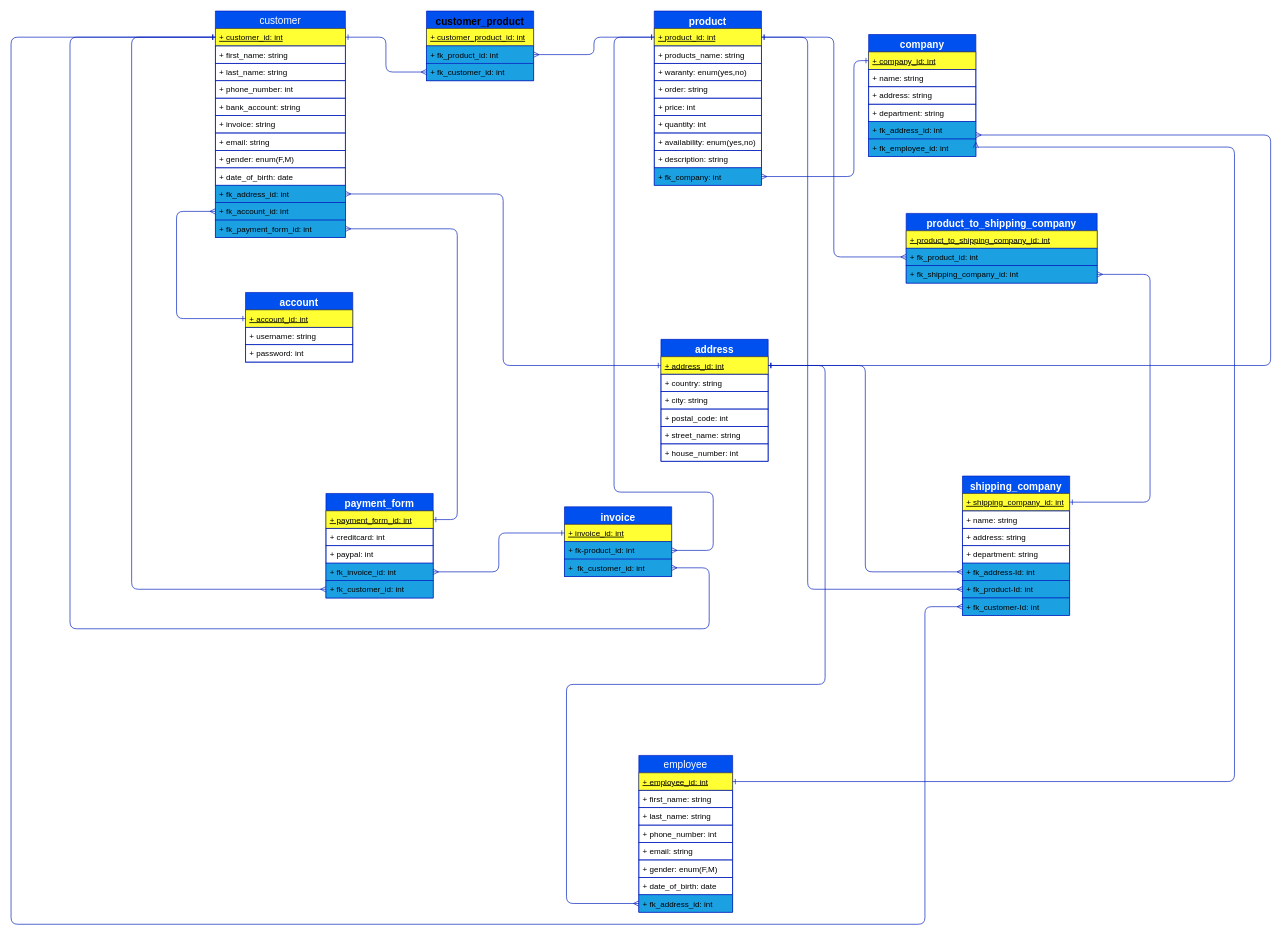
MonaFahham/BE16_CR9_MonaFahham keeps this draw.io diagram as page "Refine and Normalize" (4 of 4) of diagram.drawio. Above is the earlier version. Source tidied: cells renumbered, new cells numbered last; positions are measured from the earlier drawing's top-left corner, leaving out a move shared by most shapes. Both pictures are drawn from the tidied source at 67%, with x=0, y=0 at pixel (11, 11).
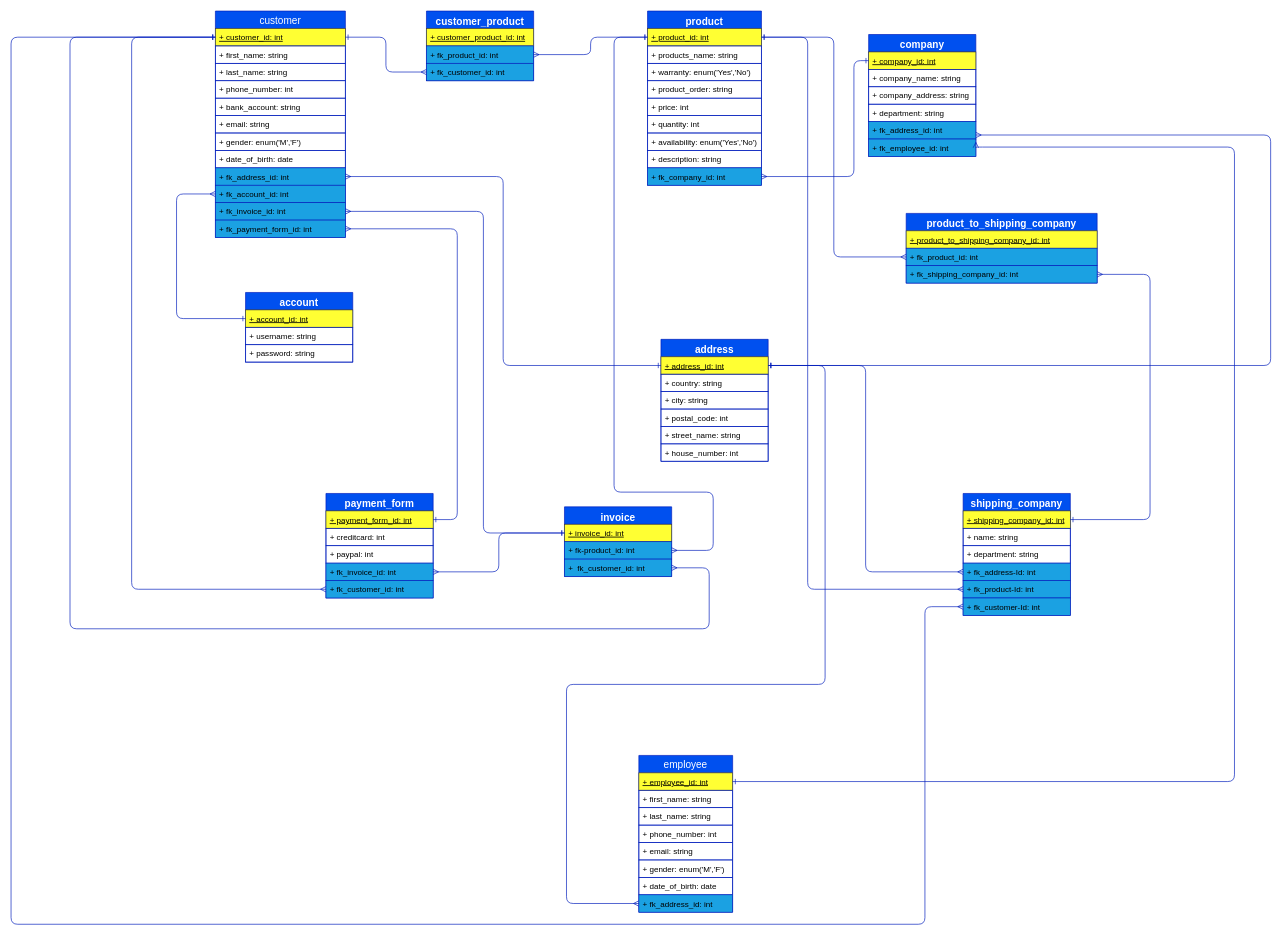
The same page after the edit.

The change refers to these unchanged cells:
```xml
<mxCell id="2" value="customer" style="swimlane;fontStyle=0;horizontal=1;startSize=26;fillColor=#0050ef;fontColor=#FFFFFF;strokeColor=#001DBC;fontSize=15;" parent="1" vertex="1">
  <mxGeometry x="305" width="194" height="338" as="geometry" />
</mxCell>
<mxCell id="14" value="+ fk_payment_form_id: int" style="text;strokeColor=#001DBC;fillColor=#1ba1e2;align=left;verticalAlign=top;spacingLeft=4;spacingRight=4;overflow=hidden;points=[[0,0.5],[1,0.5]];portConstraint=eastwest;fontColor=#000000;" parent="2" vertex="1">
  <mxGeometry y="312" width="194" height="26" as="geometry" />
</mxCell>
<mxCell id="25" value="company" style="swimlane;fontStyle=1;align=center;verticalAlign=top;horizontal=1;startSize=26;fillColor=#0050ef;fontColor=#FFFFFF;strokeColor=#001DBC;fontSize=15;" parent="1" vertex="1">
  <mxGeometry x="1280" y="35" width="160" height="182" as="geometry" />
</mxCell>
<mxCell id="39" value="account" style="swimlane;fontStyle=1;align=center;verticalAlign=top;horizontal=1;startSize=26;fillColor=#0050ef;fontColor=#FFFFFF;strokeColor=#001DBC;fontSize=15;" parent="1" vertex="1">
  <mxGeometry x="350" y="420" width="160" height="104" as="geometry" />
</mxCell>
<mxCell id="40" value="+ account_id: int" style="text;strokeColor=#36393d;fillColor=#FFFF33;align=left;verticalAlign=top;spacingLeft=4;spacingRight=4;overflow=hidden;points=[[0,0.5],[1,0.5]];portConstraint=eastwest;fontStyle=4;fontColor=#000000;" parent="39" vertex="1">
  <mxGeometry y="26" width="160" height="26" as="geometry" />
</mxCell>
<mxCell id="45" value="+ shipping_company_id: int" style="text;strokeColor=#36393d;fillColor=#FFFF33;align=left;verticalAlign=top;spacingLeft=4;spacingRight=4;overflow=hidden;points=[[0,0.5],[1,0.5]];portConstraint=eastwest;fontStyle=4;fontColor=#000000;" parent="44" vertex="1">
  <mxGeometry y="26" width="160" height="26" as="geometry" />
</mxCell>
<mxCell id="63" value="+ invoice_id: int" style="text;strokeColor=#36393d;fillColor=#FFFF33;align=left;verticalAlign=top;spacingLeft=4;spacingRight=4;overflow=hidden;points=[[0,0.5],[1,0.5]];portConstraint=eastwest;fontStyle=4;fontColor=#000000;" parent="62" vertex="1">
  <mxGeometry y="26" width="160" height="26" as="geometry" />
</mxCell>
<mxCell id="67" value="+ payment_form_id: int" style="text;strokeColor=#36393d;fillColor=#FFFF33;align=left;verticalAlign=top;spacingLeft=4;spacingRight=4;overflow=hidden;points=[[0,0.5],[1,0.5]];portConstraint=eastwest;fontStyle=4;fontColor=#000000;" parent="66" vertex="1">
  <mxGeometry y="26" width="160" height="26" as="geometry" />
</mxCell>
<mxCell id="74" value="product_to_shipping_company" style="swimlane;fontStyle=1;align=center;verticalAlign=top;horizontal=1;startSize=26;fillColor=#0050ef;fontColor=#FFFFFF;strokeColor=#001DBC;fontSize=15;" parent="1" vertex="1">
  <mxGeometry x="1336" y="302" width="285" height="104" as="geometry" />
</mxCell>
<mxCell id="77" value="+ fk_shipping_company_id: int" style="text;strokeColor=#001DBC;fillColor=#1ba1e2;align=left;verticalAlign=top;spacingLeft=4;spacingRight=4;overflow=hidden;points=[[0,0.5],[1,0.5]];portConstraint=eastwest;fontColor=#000000;" parent="74" vertex="1">
  <mxGeometry y="78" width="285" height="26" as="geometry" />
</mxCell>
<mxCell id="80" value="employee" style="swimlane;fontStyle=0;horizontal=1;startSize=26;fillColor=#0050ef;fontColor=#FFFFFF;strokeColor=#001DBC;fontSize=15;" parent="1" vertex="1">
  <mxGeometry x="937" y="1111" width="140" height="234" as="geometry" />
</mxCell>
```

The edit, as a diff of the source:
```diff
@@
-    <mxCell id="8" value="+ invoice: string" style="text;strokeColor=#001DBC;fillColor=none;align=left;verticalAlign=top;spacingLeft=4;spacingRight=4;overflow=hidden;fontColor=#000000;" parent="2" vertex="1">
-      <mxGeometry y="156" width="194" height="26" as="geometry" />
-    </mxCell>
     <mxCell id="9" value="+ email: string" style="text;strokeColor=#001DBC;fillColor=none;align=left;verticalAlign=top;spacingLeft=4;spacingRight=4;overflow=hidden;fontColor=#000000;" parent="2" vertex="1">
-      <mxGeometry y="182" width="194" height="26" as="geometry" />
+      <mxGeometry y="156" width="194" height="26" as="geometry" />
     </mxCell>
-    <mxCell id="10" value="+ gender: enum(F,M)" style="text;strokeColor=#001DBC;fillColor=none;align=left;verticalAlign=top;spacingLeft=4;spacingRight=4;overflow=hidden;fontColor=#000000;" parent="2" vertex="1">
-      <mxGeometry y="208" width="194" height="26" as="geometry" />
+    <mxCell id="10" value="+ gender: enum('M','F')" style="text;strokeColor=#001DBC;fillColor=none;align=left;verticalAlign=top;spacingLeft=4;spacingRight=4;overflow=hidden;fontColor=#000000;" parent="2" vertex="1">
+      <mxGeometry y="182" width="194" height="26" as="geometry" />
     </mxCell>
     <mxCell id="11" value="+ date_of_birth: date" style="text;strokeColor=#001DBC;fillColor=none;align=left;verticalAlign=top;spacingLeft=4;spacingRight=4;overflow=hidden;fontColor=#000000;" parent="2" vertex="1">
-      <mxGeometry y="234" width="194" height="26" as="geometry" />
+      <mxGeometry y="208" width="194" height="26" as="geometry" />
     </mxCell>
     <mxCell id="12" value="+ fk_address_id: int" style="text;strokeColor=#001DBC;fillColor=#1BA1E2;align=left;verticalAlign=top;spacingLeft=4;spacingRight=4;overflow=hidden;points=[[0,0.5],[1,0.5]];portConstraint=eastwest;fontColor=#000000;" parent="2" vertex="1">
-      <mxGeometry y="260" width="194" height="26" as="geometry" />
+      <mxGeometry y="234" width="194" height="26" as="geometry" />
     </mxCell>
     <mxCell id="13" value="+ fk_account_id: int" style="text;strokeColor=#001DBC;fillColor=#1ba1e2;align=left;verticalAlign=top;spacingLeft=4;spacingRight=4;overflow=hidden;points=[[0,0.5],[1,0.5]];portConstraint=eastwest;fontColor=#000000;" parent="2" vertex="1">
-      <mxGeometry y="286" width="194" height="26" as="geometry" />
+      <mxGeometry y="260" width="194" height="26" as="geometry" />
     </mxCell>
+    <mxCell id="96" value="+ fk_invoice_id: int" style="text;strokeColor=#001DBC;fillColor=#1ba1e2;align=left;verticalAlign=top;spacingLeft=4;spacingRight=4;overflow=hidden;points=[[0,0.5],[1,0.5]];portConstraint=eastwest;fontColor=#000000;" parent="2" vertex="1">
+      <mxGeometry y="286" width="194" height="26" as="geometry" />
+    </mxCell>
@@
-    <mxCell id="15" value="product" style="swimlane;fontStyle=1;align=center;verticalAlign=top;horizontal=1;startSize=26;fillColor=#0050ef;fontColor=#FFFFFF;strokeColor=#001DBC;fontSize=15;" parent="1" vertex="1">
-      <mxGeometry x="960" width="160" height="260" as="geometry" />
+    <mxCell id="15" value="product" style="swimlane;fontStyle=1;align=center;verticalAlign=top;horizontal=1;startSize=26;fillColor=#0050EF;fontColor=#FFFFFF;strokeColor=#001DBC;fontSize=15;" parent="1" vertex="1">
+      <mxGeometry x="950" width="170" height="260" as="geometry" />
     </mxCell>
     <mxCell id="16" value="+ product_id: int" style="text;strokeColor=#36393d;fillColor=#FFFF33;align=left;verticalAlign=top;spacingLeft=4;spacingRight=4;overflow=hidden;points=[[0,0.5],[1,0.5]];portConstraint=eastwest;fontStyle=4;fontColor=#000000;" parent="15" vertex="1">
-      <mxGeometry y="26" width="160" height="26" as="geometry" />
+      <mxGeometry y="26" width="170" height="26" as="geometry" />
     </mxCell>
     <mxCell id="17" value="+ products_name: string" style="text;strokeColor=#001DBC;fillColor=none;align=left;verticalAlign=top;spacingLeft=4;spacingRight=4;overflow=hidden;fontColor=#000000;" parent="15" vertex="1">
-      <mxGeometry y="52" width="160" height="26" as="geometry" />
+      <mxGeometry y="52" width="170" height="26" as="geometry" />
     </mxCell>
-    <mxCell id="18" value="+ waranty: enum(yes,no)" style="text;strokeColor=#001DBC;fillColor=none;align=left;verticalAlign=top;spacingLeft=4;spacingRight=4;overflow=hidden;fontColor=#000000;" parent="15" vertex="1">
-      <mxGeometry y="78" width="160" height="26" as="geometry" />
+    <mxCell id="18" value="+ warranty: enum('Yes','No')" style="text;strokeColor=#001DBC;fillColor=none;align=left;verticalAlign=top;spacingLeft=4;spacingRight=4;overflow=hidden;fontColor=#000000;" parent="15" vertex="1">
+      <mxGeometry y="78" width="170" height="26" as="geometry" />
     </mxCell>
-    <mxCell id="19" value="+ order: string" style="text;strokeColor=#001DBC;fillColor=none;align=left;verticalAlign=top;spacingLeft=4;spacingRight=4;overflow=hidden;fontColor=#000000;" parent="15" vertex="1">
-      <mxGeometry y="104" width="160" height="26" as="geometry" />
+    <mxCell id="19" value="+ product_order: string" style="text;strokeColor=#001DBC;fillColor=none;align=left;verticalAlign=top;spacingLeft=4;spacingRight=4;overflow=hidden;fontColor=#000000;" parent="15" vertex="1">
+      <mxGeometry y="104" width="170" height="26" as="geometry" />
     </mxCell>
     <mxCell id="20" value="+ price: int" style="text;strokeColor=#001DBC;fillColor=none;align=left;verticalAlign=top;spacingLeft=4;spacingRight=4;overflow=hidden;fontColor=#000000;" parent="15" vertex="1">
-      <mxGeometry y="130" width="160" height="26" as="geometry" />
+      <mxGeometry y="130" width="170" height="26" as="geometry" />
     </mxCell>
     <mxCell id="21" value="+ quantity: int" style="text;strokeColor=#001DBC;fillColor=none;align=left;verticalAlign=top;spacingLeft=4;spacingRight=4;overflow=hidden;fontColor=#000000;" parent="15" vertex="1">
-      <mxGeometry y="156" width="160" height="26" as="geometry" />
+      <mxGeometry y="156" width="170" height="26" as="geometry" />
     </mxCell>
-    <mxCell id="22" value="+ availability: enum(yes,no)" style="text;strokeColor=#001DBC;fillColor=none;align=left;verticalAlign=top;spacingLeft=4;spacingRight=4;overflow=hidden;fontColor=#000000;" parent="15" vertex="1">
-      <mxGeometry y="182" width="160" height="26" as="geometry" />
+    <mxCell id="22" value="+ availability: enum('Yes','No')" style="text;strokeColor=#001DBC;fillColor=none;align=left;verticalAlign=top;spacingLeft=4;spacingRight=4;overflow=hidden;fontColor=#000000;" parent="15" vertex="1">
+      <mxGeometry y="182" width="170" height="26" as="geometry" />
     </mxCell>
     <mxCell id="23" value="+ description: string" style="text;strokeColor=#001DBC;fillColor=none;align=left;verticalAlign=top;spacingLeft=4;spacingRight=4;overflow=hidden;fontColor=#000000;" parent="15" vertex="1">
-      <mxGeometry y="208" width="160" height="26" as="geometry" />
+      <mxGeometry y="208" width="170" height="26" as="geometry" />
     </mxCell>
-    <mxCell id="24" value="+ fk_company: int" style="text;strokeColor=#001DBC;fillColor=#1ba1e2;align=left;verticalAlign=top;spacingLeft=4;spacingRight=4;overflow=hidden;points=[[0,0.5],[1,0.5]];portConstraint=eastwest;fontColor=#000000;" parent="15" vertex="1">
-      <mxGeometry y="234" width="160" height="26" as="geometry" />
+    <mxCell id="24" value="+ fk_company_id: int" style="text;strokeColor=#001DBC;fillColor=#1ba1e2;align=left;verticalAlign=top;spacingLeft=4;spacingRight=4;overflow=hidden;points=[[0,0.5],[1,0.5]];portConstraint=eastwest;fontColor=#000000;" parent="15" vertex="1">
+      <mxGeometry y="234" width="170" height="26" as="geometry" />
     </mxCell>
@@
-    <mxCell id="27" value="+ name: string" style="text;strokeColor=#001DBC;fillColor=none;align=left;verticalAlign=top;spacingLeft=4;spacingRight=4;overflow=hidden;fontColor=#000000;" parent="25" vertex="1">
+    <mxCell id="27" value="+ company_name: string" style="text;strokeColor=#001DBC;fillColor=none;align=left;verticalAlign=top;spacingLeft=4;spacingRight=4;overflow=hidden;fontColor=#000000;" parent="25" vertex="1">
       <mxGeometry y="52" width="160" height="26" as="geometry" />
     </mxCell>
-    <mxCell id="28" value="+ address: string" style="text;strokeColor=#001DBC;fillColor=none;align=left;verticalAlign=top;spacingLeft=4;spacingRight=4;overflow=hidden;fontColor=#000000;" parent="25" vertex="1">
+    <mxCell id="28" value="+ company_address: string" style="text;strokeColor=#001DBC;fillColor=none;align=left;verticalAlign=top;spacingLeft=4;spacingRight=4;overflow=hidden;fontColor=#000000;" parent="25" vertex="1">
       <mxGeometry y="78" width="160" height="26" as="geometry" />
     </mxCell>
@@
-    <mxCell id="30" value="+ fk_address_id: int" style="text;strokeColor=#001DBC;fillColor=#1ba1e2;align=left;verticalAlign=top;spacingLeft=4;spacingRight=4;overflow=hidden;fontColor=#000000;" parent="25" vertex="1">
+    <mxCell id="30" value="+ fk_address_id: int" style="text;strokeColor=#001DBC;fillColor=#1BA1E2;align=left;verticalAlign=top;spacingLeft=4;spacingRight=4;overflow=hidden;fontColor=#000000;" parent="25" vertex="1">
       <mxGeometry y="130" width="160" height="26" as="geometry" />
     </mxCell>
@@
-    <mxCell id="32" value="customer_product" style="swimlane;fontStyle=1;align=center;verticalAlign=top;horizontal=1;startSize=26;fillColor=#0050ef;fontColor=#000000;strokeColor=#001DBC;fontSize=15;" parent="1" vertex="1">
+    <mxCell id="32" value="customer_product" style="swimlane;fontStyle=1;align=center;verticalAlign=top;horizontal=1;startSize=26;fillColor=#0050EF;fontColor=#FFFFFF;strokeColor=#001DBC;fontSize=15;" parent="1" vertex="1">
       <mxGeometry x="620" width="160" height="104" as="geometry" />
     </mxCell>
@@
-    <mxCell id="42" value="+ password: int" style="text;strokeColor=#001DBC;fillColor=none;align=left;verticalAlign=top;spacingLeft=4;spacingRight=4;overflow=hidden;fontColor=#000000;" parent="39" vertex="1">
+    <mxCell id="42" value="+ password: string" style="text;strokeColor=#001DBC;fillColor=none;align=left;verticalAlign=top;spacingLeft=4;spacingRight=4;overflow=hidden;fontColor=#000000;" parent="39" vertex="1">
       <mxGeometry y="78" width="160" height="26" as="geometry" />
     </mxCell>
     <mxCell id="43" style="edgeStyle=orthogonalEdgeStyle;html=1;exitX=0;exitY=0.5;exitDx=0;exitDy=0;entryX=0;entryY=0.5;entryDx=0;entryDy=0;startArrow=ERone;startFill=0;endArrow=ERmany;endFill=0;fontColor=#000000;strokeColor=#001DBC;" parent="1" edge="1" source="40" target="13">
       <mxGeometry relative="1" as="geometry">
         <Array as="points">
           <mxPoint x="247" y="459" />
-          <mxPoint x="247" y="299" />
+          <mxPoint x="247" y="273" />
         </Array>
       </mxGeometry>
     </mxCell>
     <mxCell id="44" value="shipping_company" style="swimlane;fontStyle=1;align=center;verticalAlign=top;horizontal=1;startSize=26;fillColor=#0050ef;fontColor=#FFFFFF;strokeColor=#001DBC;fontSize=15;" parent="1" vertex="1">
-      <mxGeometry x="1420" y="694" width="160" height="208" as="geometry" />
+      <mxGeometry x="1421" y="720" width="160" height="182" as="geometry" />
     </mxCell>
@@
-    <mxCell id="47" value="+ address: string" style="text;strokeColor=#001DBC;fillColor=none;align=left;verticalAlign=top;spacingLeft=4;spacingRight=4;overflow=hidden;fontColor=#000000;" parent="44" vertex="1">
-      <mxGeometry y="78" width="160" height="26" as="geometry" />
-    </mxCell>
     <mxCell id="48" value="+ department: string" style="text;strokeColor=#001DBC;fillColor=none;align=left;verticalAlign=top;spacingLeft=4;spacingRight=4;overflow=hidden;fontColor=#000000;" parent="44" vertex="1">
-      <mxGeometry y="104" width="160" height="26" as="geometry" />
+      <mxGeometry y="78" width="160" height="26" as="geometry" />
     </mxCell>
-    <mxCell id="49" value="+ fk_address-Id: int" style="text;strokeColor=#001DBC;fillColor=#1ba1e2;align=left;verticalAlign=top;spacingLeft=4;spacingRight=4;overflow=hidden;points=[[0,0.5],[1,0.5]];portConstraint=eastwest;fontColor=#000000;" parent="44" vertex="1">
-      <mxGeometry y="130" width="160" height="26" as="geometry" />
+    <mxCell id="49" value="+ fk_address-Id: int" style="text;strokeColor=#001DBC;fillColor=#1BA1E2;align=left;verticalAlign=top;spacingLeft=4;spacingRight=4;overflow=hidden;points=[[0,0.5],[1,0.5]];portConstraint=eastwest;fontColor=#000000;" parent="44" vertex="1">
+      <mxGeometry y="104" width="160" height="26" as="geometry" />
     </mxCell>
     <mxCell id="50" value="+ fk_product-Id: int" style="text;strokeColor=#001DBC;fillColor=#1ba1e2;align=left;verticalAlign=top;spacingLeft=4;spacingRight=4;overflow=hidden;points=[[0,0.5],[1,0.5]];portConstraint=eastwest;fontColor=#000000;" parent="44" vertex="1">
-      <mxGeometry y="156" width="160" height="26" as="geometry" />
+      <mxGeometry y="130" width="160" height="26" as="geometry" />
     </mxCell>
     <mxCell id="51" value="+ fk_customer-Id: int" style="text;strokeColor=#001DBC;fillColor=#1ba1e2;align=left;verticalAlign=top;spacingLeft=4;spacingRight=4;overflow=hidden;points=[[0,0.5],[1,0.5]];portConstraint=eastwest;fontColor=#000000;" parent="44" vertex="1">
-      <mxGeometry y="182" width="160" height="26" as="geometry" />
+      <mxGeometry y="156" width="160" height="26" as="geometry" />
     </mxCell>
@@
-    <mxCell id="76" value="+ fk_product_id: int" style="text;strokeColor=#001DBC;fillColor=#1ba1e2;align=left;verticalAlign=top;spacingLeft=4;spacingRight=4;overflow=hidden;points=[[0,0.5],[1,0.5]];portConstraint=eastwest;fontColor=#000000;" parent="74" vertex="1">
+    <mxCell id="76" value="+ fk_product_id: int" style="text;strokeColor=#001DBC;fillColor=#1BA1E2;align=left;verticalAlign=top;spacingLeft=4;spacingRight=4;overflow=hidden;points=[[0,0.5],[1,0.5]];portConstraint=eastwest;fontColor=#000000;" parent="74" vertex="1">
       <mxGeometry y="52" width="285" height="26" as="geometry" />
     </mxCell>
@@
     <mxCell id="79" style="edgeStyle=orthogonalEdgeStyle;html=1;exitX=1;exitY=0.5;exitDx=0;exitDy=0;entryX=1;entryY=0.5;entryDx=0;entryDy=0;startArrow=ERmany;startFill=0;endArrow=ERone;endFill=0;fontColor=#000000;strokeColor=#001DBC;" parent="1" edge="1" source="77" target="45">
       <mxGeometry relative="1" as="geometry">
         <Array as="points">
           <mxPoint x="1700" y="393" />
-          <mxPoint x="1700" y="733" />
+          <mxPoint x="1700" y="759" />
         </Array>
       </mxGeometry>
     </mxCell>
@@
-    <mxCell id="86" value="+ gender: enum(F,M)" style="text;strokeColor=#001DBC;fillColor=none;align=left;verticalAlign=top;spacingLeft=4;spacingRight=4;overflow=hidden;fontColor=#000000;" parent="80" vertex="1">
+    <mxCell id="86" value="+ gender: enum('M','F')" style="text;strokeColor=#001DBC;fillColor=none;align=left;verticalAlign=top;spacingLeft=4;spacingRight=4;overflow=hidden;fontColor=#000000;" parent="80" vertex="1">
       <mxGeometry y="156" width="140" height="26" as="geometry" />
     </mxCell>
@@
-    <mxCell id="88" value="+ fk_address_id: int" style="text;strokeColor=#001DBC;fillColor=#1ba1e2;align=left;verticalAlign=top;spacingLeft=4;spacingRight=4;overflow=hidden;points=[[0,0.5],[1,0.5]];portConstraint=eastwest;fontColor=#000000;" parent="80" vertex="1">
+    <mxCell id="88" value="+ fk_address_id: int" style="text;strokeColor=#001DBC;fillColor=#1BA1E2;align=left;verticalAlign=top;spacingLeft=4;spacingRight=4;overflow=hidden;points=[[0,0.5],[1,0.5]];portConstraint=eastwest;fontColor=#000000;" parent="80" vertex="1">
       <mxGeometry y="208" width="140" height="26" as="geometry" />
     </mxCell>
@@
-    <mxCell id="95" style="edgeStyle=orthogonalEdgeStyle;html=1;exitX=1;exitY=0.5;exitDx=0;exitDy=0;entryX=1;entryY=0.5;entryDx=0;entryDy=0;strokeColor=#001DBC;endArrow=ERone;endFill=0;startArrow=ERmany;startFill=0;" parent="1" edge="1" source="14" target="67">
+    <mxCell id="95" style="edgeStyle=orthogonalEdgeStyle;html=1;entryX=1;entryY=0.5;entryDx=0;entryDy=0;strokeColor=#001DBC;endArrow=ERone;endFill=0;startArrow=ERmany;startFill=0;" parent="1" edge="1" target="67">
       <mxGeometry relative="1" as="geometry">
+        <mxPoint x="499" y="325" as="sourcePoint" />
         <Array as="points">
           <mxPoint x="666" y="325" />
           <mxPoint x="666" y="759" />
         </Array>
       </mxGeometry>
     </mxCell>
+    <mxCell id="97" style="edgeStyle=orthogonalEdgeStyle;html=1;exitX=1;exitY=0.5;exitDx=0;exitDy=0;entryX=0;entryY=0.5;entryDx=0;entryDy=0;fontSize=15;fontColor=#000000;startArrow=ERmany;startFill=0;endArrow=ERone;endFill=0;strokeColor=#001DBC;" parent="1" edge="1" source="96" target="63">
+      <mxGeometry relative="1" as="geometry">
+        <Array as="points">
+          <mxPoint x="705" y="299" />
+          <mxPoint x="705" y="779" />
+        </Array>
+      </mxGeometry>
+    </mxCell>
```
